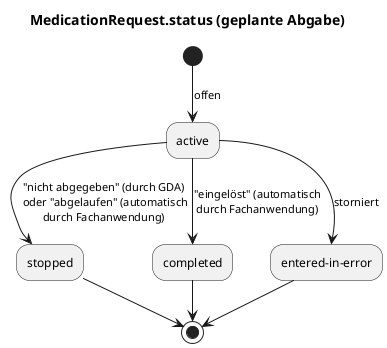
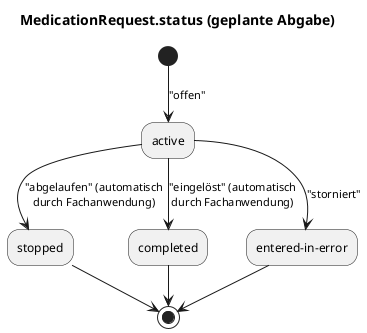
@startuml
title MedicationRequest.status (geplante Abgabe)

- (*) --> [offen] active
- active --> ["nicht abgegeben" (durch GDA)\n oder "abgelaufen" (automatisch\ndurch Fachanwendung)] stopped
+ (*) --> ["offen"] active
+ active --> ["abgelaufen" (automatisch\ndurch Fachanwendung)] stopped
active --> ["eingelöst" (automatisch\ndurch Fachanwendung)] completed
- active --> [storniert] entered-in-error
+ active --> ["storniert"] entered-in-error
stopped --> (*)
"entered-in-error" --> (*)
completed --> (*)
@enduml